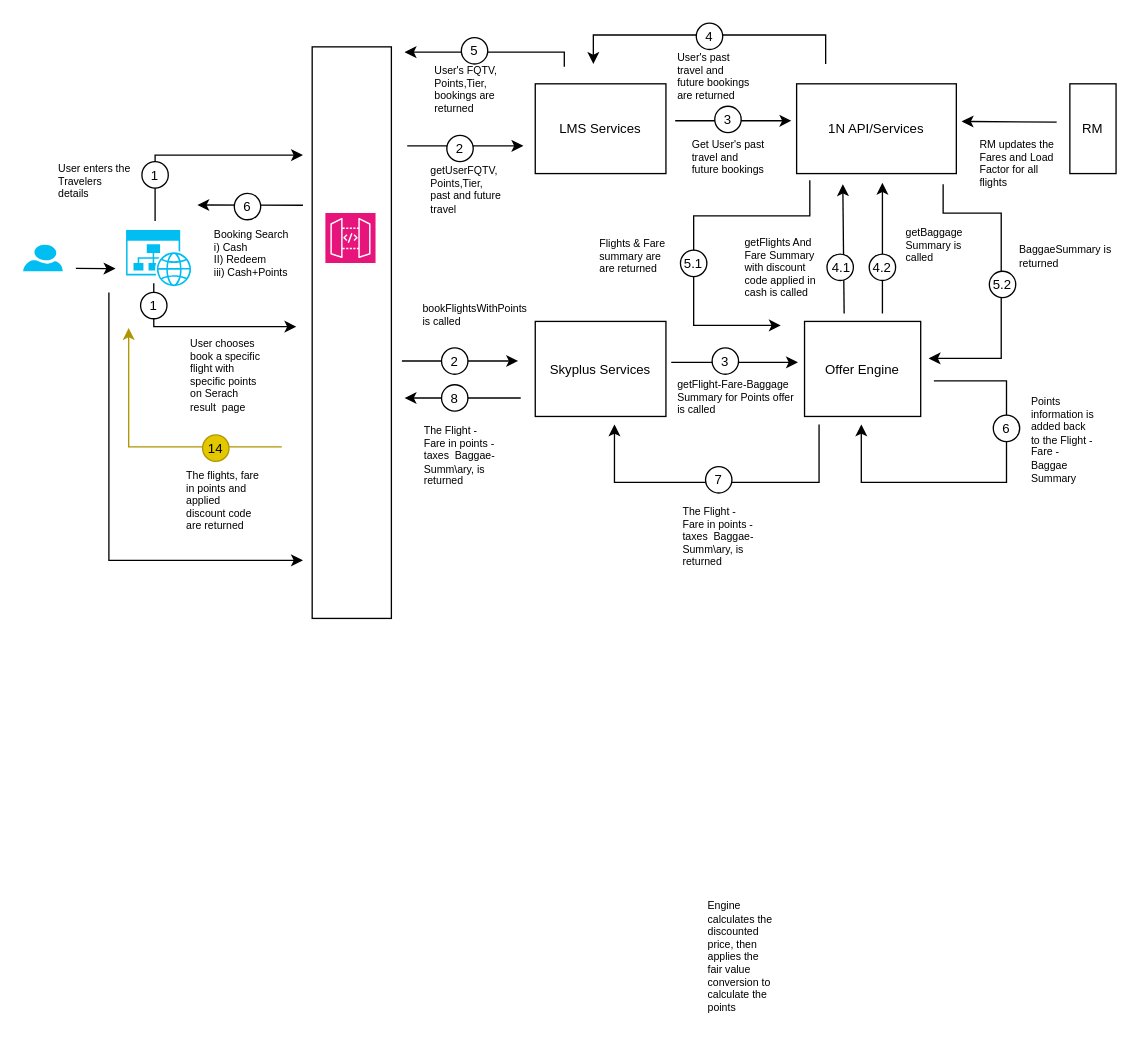
Earlier version of the draw.io diagram page "Page-2" (2 of 2) of Copy of LM Data Flow.drawio (nchauhan4/drawings). Source tidied: cells renumbered, new cells numbered last; positions are measured from the earlier drawing's top-left corner, leaving out a move shared by most shapes. Both pictures are drawn from the tidied source at 132%, with x=0, y=0 at pixel (22, 22).
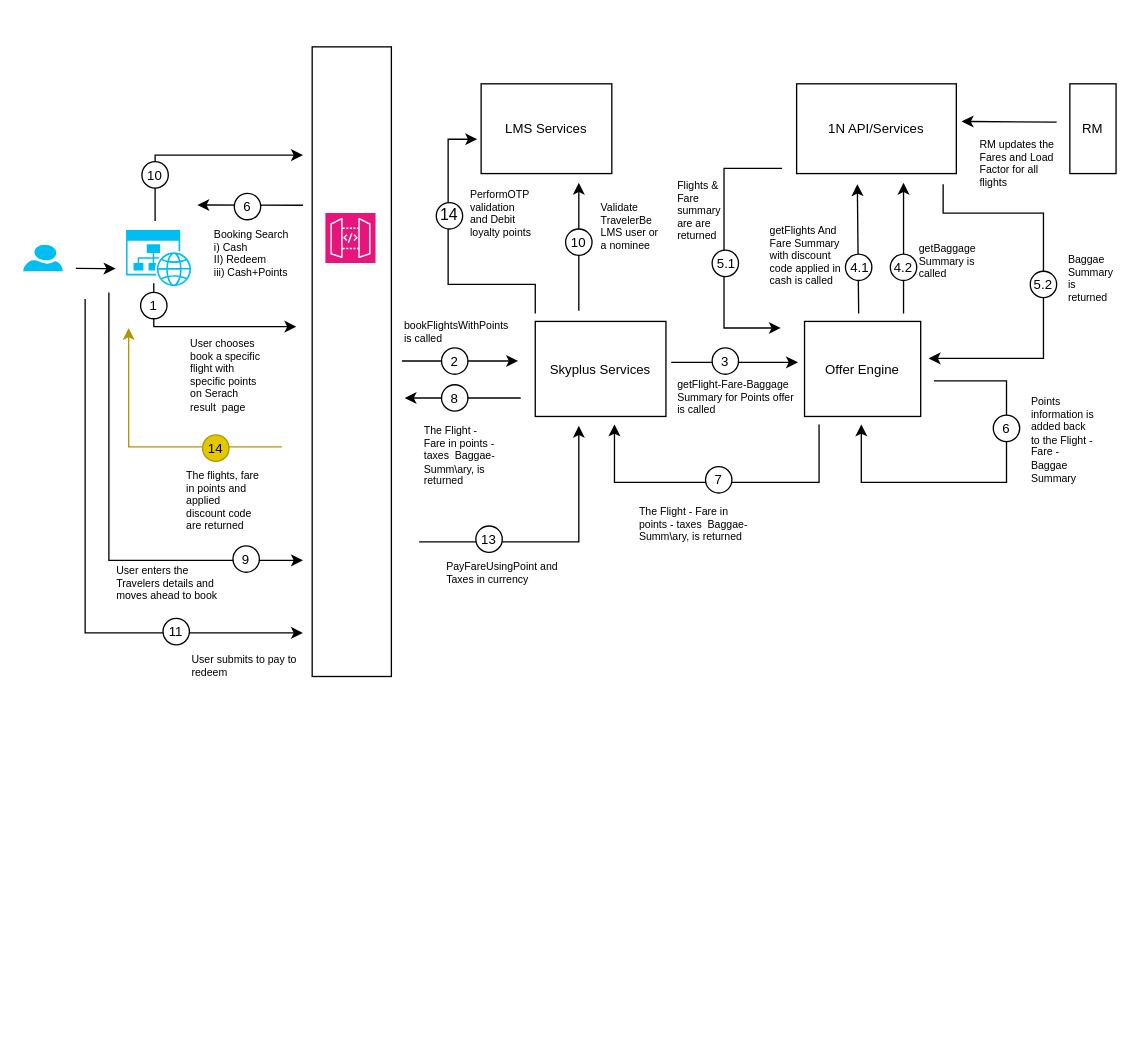
The same diagram, later.

Diff of the diagram source:
```diff
@@
     <mxCell id="5" style="endArrow=classic;html=1;rounded=0;" parent="1" edge="1">
       <mxGeometry relative="1" as="geometry">
-        <mxPoint x="622" y="220" as="sourcePoint" />
-        <mxPoint x="621" y="122" as="targetPoint" />
+        <mxPoint x="633" y="220" as="sourcePoint" />
+        <mxPoint x="632" y="122" as="targetPoint" />
       </mxGeometry>
     </mxCell>
@@
     <mxCell id="7" style="rounded=0;whiteSpace=wrap;html=1;" parent="1" vertex="1">
-      <mxGeometry x="219" y="18" width="60" height="433" as="geometry" />
+      <mxGeometry x="219" y="18" width="60" height="477" as="geometry" />
     </mxCell>
@@
-    <mxCell id="17" value="&lt;font style=&quot;font-size: 10px;&quot;&gt;1&lt;/font&gt;" style="text;html=1;strokeColor=none;fillColor=none;align=center;verticalAlign=middle;whiteSpace=wrap;rounded=0;" parent="1" vertex="1">
+    <mxCell id="17" value="&lt;font style=&quot;font-size: 10px;&quot;&gt;10&lt;/font&gt;" style="text;html=1;strokeColor=none;fillColor=none;align=center;verticalAlign=middle;whiteSpace=wrap;rounded=0;" parent="1" vertex="1">
       <mxGeometry x="85" y="105" width="30" height="20" as="geometry" />
     </mxCell>
-    <mxCell id="18" value="User enters the&amp;nbsp;&lt;br&gt;Travelers details" style="text;html=1;strokeColor=none;fillColor=none;align=left;verticalAlign=top;whiteSpace=wrap;rounded=0;fontSize=8;" parent="1" vertex="1">
-      <mxGeometry x="24.5" y="98.5" width="58.5" height="38.5" as="geometry" />
+    <mxCell id="18" value="User enters the&amp;nbsp;&lt;br&gt;Travelers details and moves ahead to book" style="text;html=1;strokeColor=none;fillColor=none;align=left;verticalAlign=top;whiteSpace=wrap;rounded=0;fontSize=8;" parent="1" vertex="1">
+      <mxGeometry x="69" y="404" width="88" height="37" as="geometry" />
     </mxCell>
@@
     <mxCell id="23" value="&lt;font style=&quot;font-size: 10px;&quot;&gt;LMS Services&lt;/font&gt;" style="rounded=0;whiteSpace=wrap;html=1;" parent="1" vertex="1">
-      <mxGeometry x="388" y="46" width="99" height="68" as="geometry" />
+      <mxGeometry x="347" y="46" width="99" height="68" as="geometry" />
     </mxCell>
@@
     <mxCell id="26" style="endArrow=classic;html=1;rounded=0;" parent="1" edge="1">
       <mxGeometry relative="1" as="geometry">
-        <mxPoint x="291" y="93" as="sourcePoint" />
-        <mxPoint x="379" y="93" as="targetPoint" />
+        <mxPoint x="388" y="220" as="sourcePoint" />
+        <mxPoint x="344" y="88" as="targetPoint" />
+        <Array as="points">
+          <mxPoint x="388" y="198" />
+          <mxPoint x="322" y="198" />
+          <mxPoint x="322" y="88" />
+        </Array>
       </mxGeometry>
     </mxCell>
@@
-    <mxCell id="28" style="ellipse;whiteSpace=wrap;html=1;" parent="1" vertex="1">
-      <mxGeometry x="321" y="85" width="20" height="20" as="geometry" />
+    <mxCell id="28" value="14" style="ellipse;whiteSpace=wrap;html=1;" parent="1" vertex="1">
+      <mxGeometry x="313" y="136" width="20" height="20" as="geometry" />
     </mxCell>
-    <mxCell id="29" value="&lt;font style=&quot;font-size: 10px;&quot;&gt;2&lt;/font&gt;" style="text;html=1;strokeColor=none;fillColor=none;align=center;verticalAlign=middle;whiteSpace=wrap;rounded=0;" parent="1" vertex="1">
-      <mxGeometry x="316" y="85" width="30" height="20" as="geometry" />
-    </mxCell>
-    <mxCell id="30" value="getUserFQTV, Points,Tier, past and future travel" style="text;html=1;strokeColor=none;fillColor=none;align=left;verticalAlign=top;whiteSpace=wrap;rounded=0;fontSize=8;" parent="1" vertex="1">
-      <mxGeometry x="306.8" y="101" width="58.5" height="53" as="geometry" />
-    </mxCell>
@@
     <mxCell id="34" value="getFlights And Fare Summary&amp;nbsp; with discount code applied in cash is called" style="text;html=1;strokeColor=none;fillColor=none;align=left;verticalAlign=top;whiteSpace=wrap;rounded=0;fontSize=8;" parent="1" vertex="1">
-      <mxGeometry x="545" y="154.5" width="58.5" height="58.5" as="geometry" />
+      <mxGeometry x="564.2" y="145.5" width="58.5" height="58.5" as="geometry" />
     </mxCell>
@@
     <mxCell id="38" value="bookFlightsWithPoints is called" style="text;html=1;strokeColor=none;fillColor=none;align=left;verticalAlign=top;whiteSpace=wrap;rounded=0;fontSize=8;" parent="1" vertex="1">
-      <mxGeometry x="300.8" y="205" width="87.2" height="33" as="geometry" />
+      <mxGeometry x="287.4" y="218" width="87.2" height="33" as="geometry" />
     </mxCell>
     <mxCell id="39" style="endArrow=classic;html=1;rounded=0;" parent="1" edge="1">
       <mxGeometry relative="1" as="geometry">
-        <mxPoint x="651" y="220" as="sourcePoint" />
-        <mxPoint x="651" y="121" as="targetPoint" />
+        <mxPoint x="667" y="220" as="sourcePoint" />
+        <mxPoint x="667" y="121" as="targetPoint" />
         <Array as="points">
-          <mxPoint x="651" y="176" />
+          <mxPoint x="667" y="176" />
         </Array>
       </mxGeometry>
     </mxCell>
@@
-    <mxCell id="43" style="endArrow=classic;html=1;rounded=0;" parent="1" edge="1">
-      <mxGeometry relative="1" as="geometry">
-        <mxPoint x="494" y="74" as="sourcePoint" />
-        <mxPoint x="582" y="74" as="targetPoint" />
-      </mxGeometry>
-    </mxCell>
-    <mxCell id="44" style="ellipse;whiteSpace=wrap;html=1;" parent="1" vertex="1">
-      <mxGeometry x="524" y="63" width="20" height="20" as="geometry" />
-    </mxCell>
-    <mxCell id="45" value="&lt;font style=&quot;font-size: 10px;&quot;&gt;3&lt;/font&gt;" style="text;html=1;strokeColor=none;fillColor=none;align=center;verticalAlign=middle;whiteSpace=wrap;rounded=0;" parent="1" vertex="1">
-      <mxGeometry x="519" y="63" width="30" height="20" as="geometry" />
-    </mxCell>
-    <mxCell id="46" value="Get User's past travel and future bookings&amp;nbsp;" style="text;html=1;strokeColor=none;fillColor=none;align=left;verticalAlign=top;whiteSpace=wrap;rounded=0;fontSize=8;" parent="1" vertex="1">
-      <mxGeometry x="504.8" y="81" width="58.5" height="33" as="geometry" />
-    </mxCell>
     <mxCell id="47" style="ellipse;whiteSpace=wrap;html=1;" parent="1" vertex="1">
-      <mxGeometry x="609" y="175" width="20" height="20" as="geometry" />
+      <mxGeometry x="623" y="175" width="20" height="20" as="geometry" />
     </mxCell>
     <mxCell id="48" value="&lt;span style=&quot;font-size: 10px;&quot;&gt;4.1&lt;/span&gt;" style="text;html=1;strokeColor=none;fillColor=none;align=center;verticalAlign=middle;whiteSpace=wrap;rounded=0;" parent="1" vertex="1">
-      <mxGeometry x="605" y="175" width="30" height="20" as="geometry" />
+      <mxGeometry x="619" y="175" width="30" height="20" as="geometry" />
     </mxCell>
     <mxCell id="49" style="ellipse;whiteSpace=wrap;html=1;" parent="1" vertex="1">
-      <mxGeometry x="641" y="175" width="20" height="20" as="geometry" />
+      <mxGeometry x="657" y="175" width="20" height="20" as="geometry" />
     </mxCell>
     <mxCell id="50" value="&lt;span style=&quot;font-size: 10px;&quot;&gt;4.2&lt;/span&gt;" style="text;html=1;strokeColor=none;fillColor=none;align=center;verticalAlign=middle;whiteSpace=wrap;rounded=0;" parent="1" vertex="1">
-      <mxGeometry x="636" y="175" width="30" height="20" as="geometry" />
+      <mxGeometry x="652" y="175" width="30" height="20" as="geometry" />
     </mxCell>
     <mxCell id="51" style="endArrow=classic;html=1;rounded=0;" parent="1" edge="1">
       <mxGeometry relative="1" as="geometry">
         <mxPoint x="697" y="122" as="sourcePoint" />
         <mxPoint x="686" y="254" as="targetPoint" />
         <Array as="points">
           <mxPoint x="697" y="144" />
-          <mxPoint x="741" y="144" />
-          <mxPoint x="741" y="254" />
+          <mxPoint x="773" y="144" />
+          <mxPoint x="773" y="198" />
+          <mxPoint x="773" y="254" />
         </Array>
       </mxGeometry>
     </mxCell>
     <mxCell id="52" style="endArrow=classic;html=1;rounded=0;" parent="1" edge="1">
       <mxGeometry relative="1" as="geometry">
-        <mxPoint x="596" y="119" as="sourcePoint" />
-        <mxPoint x="574" y="229" as="targetPoint" />
+        <mxPoint x="575" y="110" as="sourcePoint" />
+        <mxPoint x="574" y="231" as="targetPoint" />
         <Array as="points">
-          <mxPoint x="596" y="146" />
-          <mxPoint x="508" y="146" />
-          <mxPoint x="508" y="185" />
-          <mxPoint x="508" y="229" />
+          <mxPoint x="531" y="110" />
+          <mxPoint x="531" y="146" />
+          <mxPoint x="531" y="185" />
+          <mxPoint x="531" y="231" />
         </Array>
       </mxGeometry>
     </mxCell>
     <mxCell id="53" style="ellipse;whiteSpace=wrap;html=1;" parent="1" vertex="1">
-      <mxGeometry x="498" y="172" width="20" height="20" as="geometry" />
+      <mxGeometry x="522" y="172" width="20" height="20" as="geometry" />
     </mxCell>
     <mxCell id="54" value="&lt;font style=&quot;font-size: 10px;&quot;&gt;5.1&lt;/font&gt;" style="text;html=1;strokeColor=none;fillColor=none;align=center;verticalAlign=middle;whiteSpace=wrap;rounded=0;" parent="1" vertex="1">
-      <mxGeometry x="493" y="172" width="30" height="20" as="geometry" />
+      <mxGeometry x="518" y="172" width="30" height="20" as="geometry" />
     </mxCell>
     <mxCell id="55" value="Flights &amp;amp; Fare summary are are returned" style="text;html=1;strokeColor=none;fillColor=none;align=left;verticalAlign=top;whiteSpace=wrap;rounded=0;fontSize=8;" parent="1" vertex="1">
-      <mxGeometry x="434.5" y="156" width="58.5" height="33" as="geometry" />
+      <mxGeometry x="493.5" y="111.5" width="43.5" height="48" as="geometry" />
     </mxCell>
     <mxCell id="56" value="&lt;font style=&quot;font-size: 10px;&quot;&gt;5.2&lt;/font&gt;" style="ellipse;whiteSpace=wrap;html=1;" parent="1" vertex="1">
-      <mxGeometry x="732" y="188" width="20" height="20" as="geometry" />
+      <mxGeometry x="763" y="188" width="20" height="20" as="geometry" />
     </mxCell>
-    <mxCell id="57" value="BaggaeSummary is returned&amp;nbsp;" style="text;html=1;strokeColor=none;fillColor=none;align=left;verticalAlign=top;whiteSpace=wrap;rounded=0;fontSize=8;" parent="1" vertex="1">
-      <mxGeometry x="753" y="161" width="75" height="26" as="geometry" />
+    <mxCell id="57" value="Baggae &lt;br&gt;Summary is returned&amp;nbsp;" style="text;html=1;strokeColor=none;fillColor=none;align=left;verticalAlign=top;whiteSpace=wrap;rounded=0;fontSize=8;" parent="1" vertex="1">
+      <mxGeometry x="789.5" y="168" width="42" height="48" as="geometry" />
     </mxCell>
@@
-    <mxCell id="61" style="endArrow=classic;html=1;rounded=0;" parent="1" edge="1">
-      <mxGeometry relative="1" as="geometry">
-        <mxPoint x="608" y="31" as="sourcePoint" />
-        <mxPoint x="432" y="31" as="targetPoint" />
-        <Array as="points">
-          <mxPoint x="608" y="9" />
-          <mxPoint x="520" y="9" />
-          <mxPoint x="432" y="9" />
-        </Array>
-      </mxGeometry>
-    </mxCell>
-    <mxCell id="62" style="ellipse;whiteSpace=wrap;html=1;" parent="1" vertex="1">
-      <mxGeometry x="510" width="20" height="20" as="geometry" />
-    </mxCell>
-    <mxCell id="63" value="&lt;font style=&quot;font-size: 10px;&quot;&gt;4&lt;/font&gt;" style="text;html=1;strokeColor=none;fillColor=none;align=center;verticalAlign=middle;whiteSpace=wrap;rounded=0;" parent="1" vertex="1">
-      <mxGeometry x="505" width="30" height="20" as="geometry" />
-    </mxCell>
-    <mxCell id="64" value="User's past travel and future bookings are returned" style="text;html=1;strokeColor=none;fillColor=none;align=left;verticalAlign=top;whiteSpace=wrap;rounded=0;fontSize=8;" parent="1" vertex="1">
-      <mxGeometry x="493.8" y="15" width="58.5" height="33" as="geometry" />
-    </mxCell>
@@
-    <mxCell id="66" value="Engine calculates the discounted price, then applies the fair value conversion to calculate the points" style="text;html=1;strokeColor=none;fillColor=none;align=left;verticalAlign=top;whiteSpace=wrap;rounded=0;fontSize=8;" parent="1" vertex="1">
-      <mxGeometry x="517" y="658" width="52" height="94" as="geometry" />
-    </mxCell>
@@
     <mxCell id="70" value="The Flight - Fare in points - taxes&amp;nbsp; Baggae-Summ\ary, is returned" style="text;html=1;strokeColor=none;fillColor=none;align=left;verticalAlign=top;whiteSpace=wrap;rounded=0;fontSize=8;" parent="1" vertex="1">
-      <mxGeometry x="497.8" y="359" width="58.5" height="81" as="geometry" />
+      <mxGeometry x="465" y="359" width="91.2" height="37" as="geometry" />
     </mxCell>
@@
-    <mxCell id="75" style="endArrow=classic;html=1;rounded=0;" parent="1" edge="1">
-      <mxGeometry relative="1" as="geometry">
-        <mxPoint x="410" y="33" as="sourcePoint" />
-        <mxPoint x="289" y="22" as="targetPoint" />
-        <Array as="points">
-          <mxPoint x="410" y="22" />
-        </Array>
-      </mxGeometry>
-    </mxCell>
-    <mxCell id="76" value="User's FQTV, Points,Tier, bookings are returned" style="text;html=1;strokeColor=none;fillColor=none;align=left;verticalAlign=top;whiteSpace=wrap;rounded=0;fontSize=8;" parent="1" vertex="1">
-      <mxGeometry x="310" y="25" width="58.5" height="52" as="geometry" />
-    </mxCell>
-    <mxCell id="77" style="ellipse;whiteSpace=wrap;html=1;" parent="1" vertex="1">
-      <mxGeometry x="332" y="11" width="20" height="20" as="geometry" />
-    </mxCell>
-    <mxCell id="78" value="&lt;font style=&quot;font-size: 10px;&quot;&gt;5&lt;/font&gt;" style="text;html=1;strokeColor=none;fillColor=none;align=center;verticalAlign=middle;whiteSpace=wrap;rounded=0;" parent="1" vertex="1">
-      <mxGeometry x="327" y="11" width="30" height="20" as="geometry" />
-    </mxCell>
@@
     <mxCell id="80" value="getBaggage Summary is called" style="text;html=1;strokeColor=none;fillColor=none;align=left;verticalAlign=top;whiteSpace=wrap;rounded=0;fontSize=8;" parent="1" vertex="1">
-      <mxGeometry x="667" y="147.5" width="58.5" height="58.5" as="geometry" />
+      <mxGeometry x="676.5" y="159.5" width="58.5" height="58.5" as="geometry" />
     </mxCell>
@@
-    <mxCell id="82" style="endArrow=classic;html=1;rounded=0;" parent="1" edge="1">
+    <mxCell id="82" style="endArrow=classic;html=1;rounded=0;endSize=6;startSize=6;targetPerimeterSpacing=0;" parent="1" edge="1">
       <mxGeometry relative="1" as="geometry">
         <mxPoint x="65" y="204" as="sourcePoint" />
         <mxPoint x="212" y="407" as="targetPoint" />
         <Array as="points">
           <mxPoint x="65" y="407" />
           <mxPoint x="146" y="407" />
         </Array>
       </mxGeometry>
     </mxCell>
+    <mxCell id="83" style="ellipse;whiteSpace=wrap;html=1;" parent="1" vertex="1">
+      <mxGeometry x="159" y="396" width="20" height="20" as="geometry" />
+    </mxCell>
+    <mxCell id="84" value="&lt;font style=&quot;font-size: 10px;&quot;&gt;9&lt;/font&gt;" style="text;html=1;strokeColor=none;fillColor=none;align=center;verticalAlign=middle;whiteSpace=wrap;rounded=0;" parent="1" vertex="1">
+      <mxGeometry x="154" y="396" width="30" height="20" as="geometry" />
+    </mxCell>
+    <mxCell id="85" style="endArrow=classic;html=1;rounded=0;" parent="1" edge="1">
+      <mxGeometry relative="1" as="geometry">
+        <mxPoint x="421" y="218" as="sourcePoint" />
+        <mxPoint x="421" y="121" as="targetPoint" />
+      </mxGeometry>
+    </mxCell>
+    <mxCell id="86" style="ellipse;whiteSpace=wrap;html=1;" parent="1" vertex="1">
+      <mxGeometry x="411" y="156" width="20" height="20" as="geometry" />
+    </mxCell>
+    <mxCell id="87" value="&lt;font style=&quot;font-size: 10px;&quot;&gt;10&lt;/font&gt;" style="text;html=1;strokeColor=none;fillColor=none;align=center;verticalAlign=middle;whiteSpace=wrap;rounded=0;" parent="1" vertex="1">
+      <mxGeometry x="406" y="156" width="30" height="20" as="geometry" />
+    </mxCell>
+    <mxCell id="88" value="Validate TravelerBe LMS user or a nominee&amp;nbsp;" style="text;html=1;strokeColor=none;fillColor=none;align=left;verticalAlign=top;whiteSpace=wrap;rounded=0;fontSize=8;" parent="1" vertex="1">
+      <mxGeometry x="436" y="129" width="47" height="46" as="geometry" />
+    </mxCell>
+    <mxCell id="89" style="endArrow=classic;html=1;rounded=0;endSize=6;startSize=6;targetPerimeterSpacing=0;" parent="1" edge="1">
+      <mxGeometry relative="1" as="geometry">
+        <mxPoint x="47" y="209" as="sourcePoint" />
+        <mxPoint x="212" y="462" as="targetPoint" />
+        <Array as="points">
+          <mxPoint x="47" y="385" />
+          <mxPoint x="47" y="462" />
+        </Array>
+      </mxGeometry>
+    </mxCell>
+    <mxCell id="90" style="ellipse;whiteSpace=wrap;html=1;" parent="1" vertex="1">
+      <mxGeometry x="106" y="451" width="20" height="20" as="geometry" />
+    </mxCell>
+    <mxCell id="91" value="&lt;font style=&quot;font-size: 10px;&quot;&gt;11&lt;/font&gt;" style="text;html=1;strokeColor=none;fillColor=none;align=center;verticalAlign=middle;whiteSpace=wrap;rounded=0;" parent="1" vertex="1">
+      <mxGeometry x="101" y="451" width="30" height="20" as="geometry" />
+    </mxCell>
+    <mxCell id="92" value="User submits to pay to redeem" style="text;html=1;strokeColor=none;fillColor=none;align=left;verticalAlign=top;whiteSpace=wrap;rounded=0;fontSize=8;" parent="1" vertex="1">
+      <mxGeometry x="126" y="471" width="88" height="40" as="geometry" />
+    </mxCell>
+    <mxCell id="93" style="endArrow=classic;html=1;rounded=0;" parent="1" edge="1">
+      <mxGeometry relative="1" as="geometry">
+        <mxPoint x="300" y="393" as="sourcePoint" />
+        <mxPoint x="421" y="305" as="targetPoint" />
+        <Array as="points">
+          <mxPoint x="300" y="393" />
+          <mxPoint x="421" y="393" />
+        </Array>
+      </mxGeometry>
+    </mxCell>
+    <mxCell id="94" value="PayFareUsingPoint and Taxes in currency" style="text;html=1;strokeColor=none;fillColor=none;align=left;verticalAlign=top;whiteSpace=wrap;rounded=0;fontSize=8;" parent="1" vertex="1">
+      <mxGeometry x="319" y="401" width="88" height="40" as="geometry" />
+    </mxCell>
+    <mxCell id="95" style="ellipse;whiteSpace=wrap;html=1;" parent="1" vertex="1">
+      <mxGeometry x="343" y="381" width="20" height="20" as="geometry" />
+    </mxCell>
+    <mxCell id="96" value="&lt;font style=&quot;font-size: 10px;&quot;&gt;13&lt;/font&gt;" style="text;html=1;strokeColor=none;fillColor=none;align=center;verticalAlign=middle;whiteSpace=wrap;rounded=0;" parent="1" vertex="1">
+      <mxGeometry x="338" y="381" width="30" height="20" as="geometry" />
+    </mxCell>
+    <mxCell id="97" value="PerformOTP &lt;br&gt;validation &lt;br&gt;and Debit &lt;br&gt;loyalty points" style="text;html=1;strokeColor=none;fillColor=none;align=left;verticalAlign=top;whiteSpace=wrap;rounded=0;fontSize=8;" parent="1" vertex="1">
+      <mxGeometry x="337" y="119" width="53" height="40" as="geometry" />
+    </mxCell>
```
